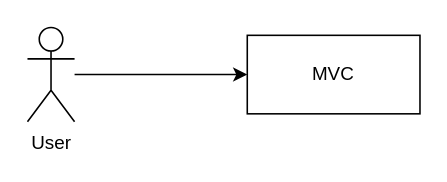
This is project-manager.drawio from ervette/systemathic-design, a draw.io file, before an edit. Source tidied: cells renumbered, new cells numbered last; positions are measured from the earlier drawing's top-left corner, leaving out a move shared by most shapes. Both pictures are drawn from the tidied source at 157%, with x=0, y=0 at pixel (27, 27).
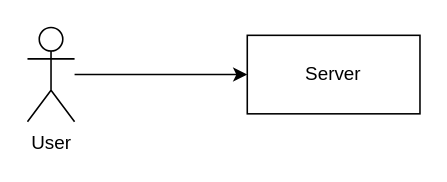
The same page after the edit.

What changed in the source:
```diff
@@
 <mxGraphModel>
   <root>
     <mxCell id="0" />
     <mxCell id="1" parent="0" />
     <mxCell id="2" style="edgeStyle=orthogonalEdgeStyle;rounded=0;jettySize=auto;html=1;entryX=0;entryY=0.5;entryDx=0;entryDy=0;" parent="1" edge="1" source="3" target="4">
       <mxGeometry relative="1" as="geometry" />
     </mxCell>
     <mxCell id="3" value="User" style="shape=umlActor;verticalLabelPosition=bottom;verticalAlign=top;html=1;" parent="1" vertex="1">
       <mxGeometry width="30" height="60" as="geometry" />
     </mxCell>
-    <mxCell id="4" value="MVC" style="html=1;whiteSpace=wrap;" parent="1" vertex="1">
+    <mxCell id="4" value="Server" style="html=1;whiteSpace=wrap;" parent="1" vertex="1">
       <mxGeometry x="140" y="5" width="110" height="50" as="geometry" />
     </mxCell>
   </root>
 </mxGraphModel>
```
